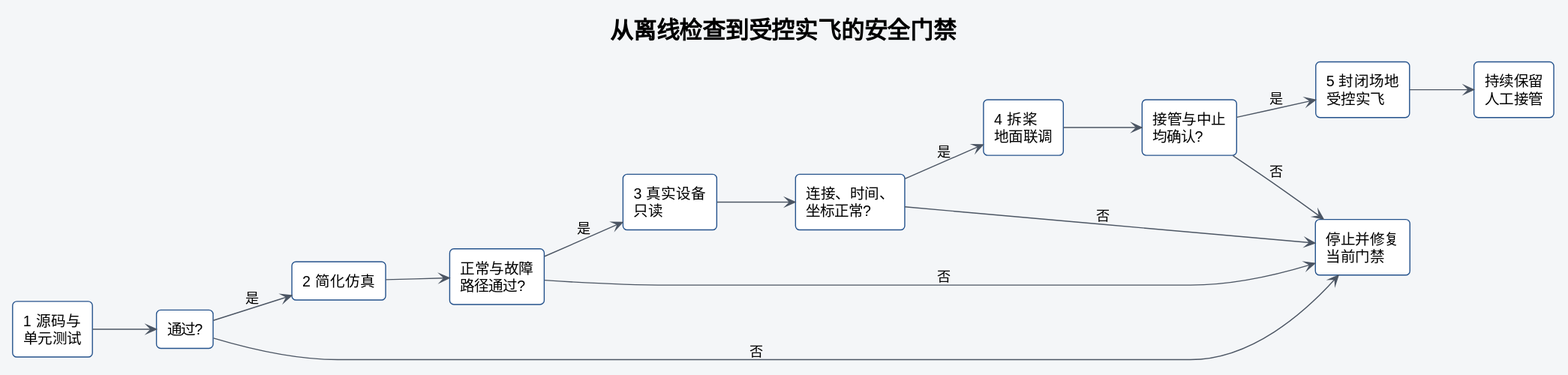
Earlier version of the PlantUML export docs/assets/plantuml/safety-validation.svg (6hao666/robotac).
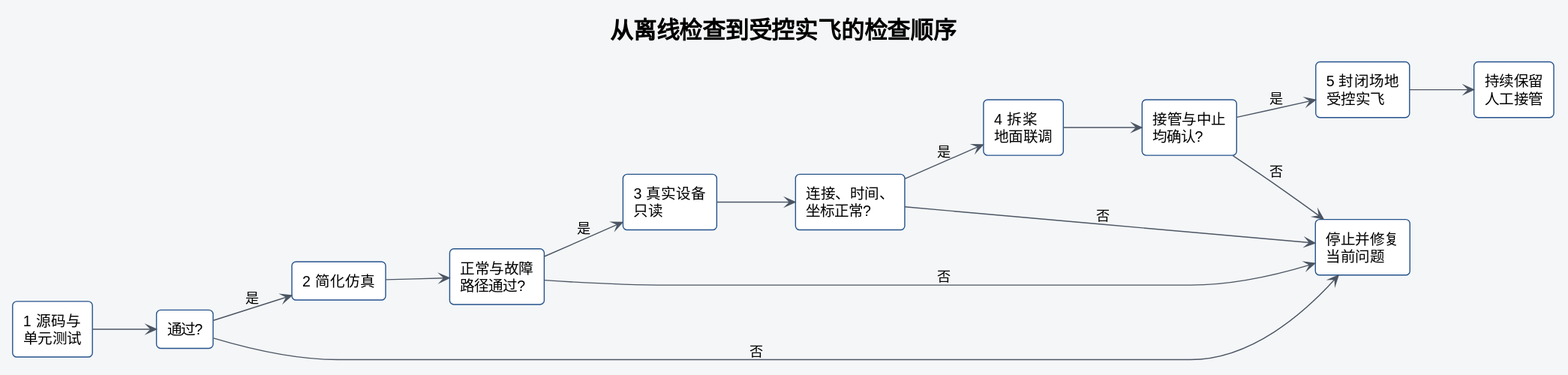
After the change.

What changed in the source:
```diff
@@ -8,7 +8,7 @@
 skinparam rectangleBackgroundColor #FFFFFF
 skinparam rectangleBorderColor #24528C
 left to right direction
-title 从离线检查到受控实飞的安全门禁
+title 从离线检查到受控实飞的检查顺序
 rectangle "1 源码与\n单元测试" as source
 rectangle "通过?" as sourceGate
 rectangle "2 简化仿真" as simulation
@@ -19,7 +19,7 @@
 rectangle "接管与中止\n均确认?" as benchGate
 rectangle "5 封闭场地\n受控实飞" as flight
 rectangle "持续保留\n人工接管" as takeover
-rectangle "停止并修复\n当前门禁" as stop
+rectangle "停止并修复\n当前问题" as stop
 source --> sourceGate
 sourceGate --> simulation : 是
 simulation --> simulationGate
```
